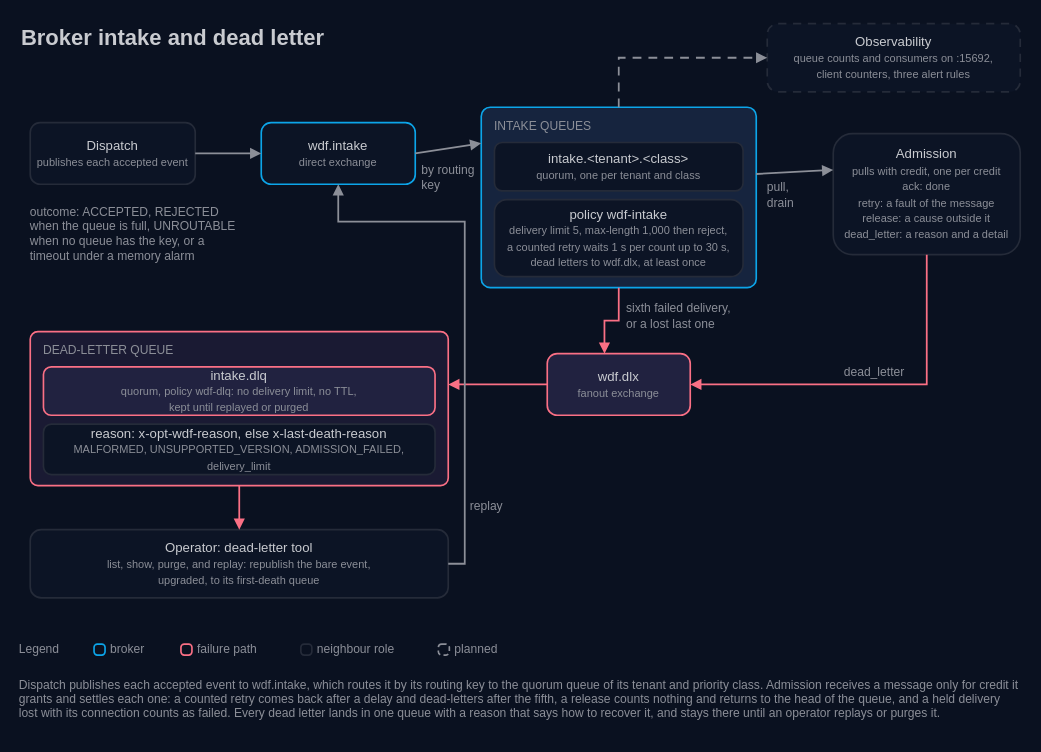
AndoNorth/disyard keeps this draw.io diagram as docs/architecture/19-broker-intake-and-dead-letter.drawio. Above is the earlier version. Source tidied: cells renumbered, new cells numbered last; positions are measured from the earlier drawing's top-left corner, leaving out a move shared by most shapes. Both pictures are drawn from the tidied source at 110%, with x=0, y=0 at pixel (19, 19).
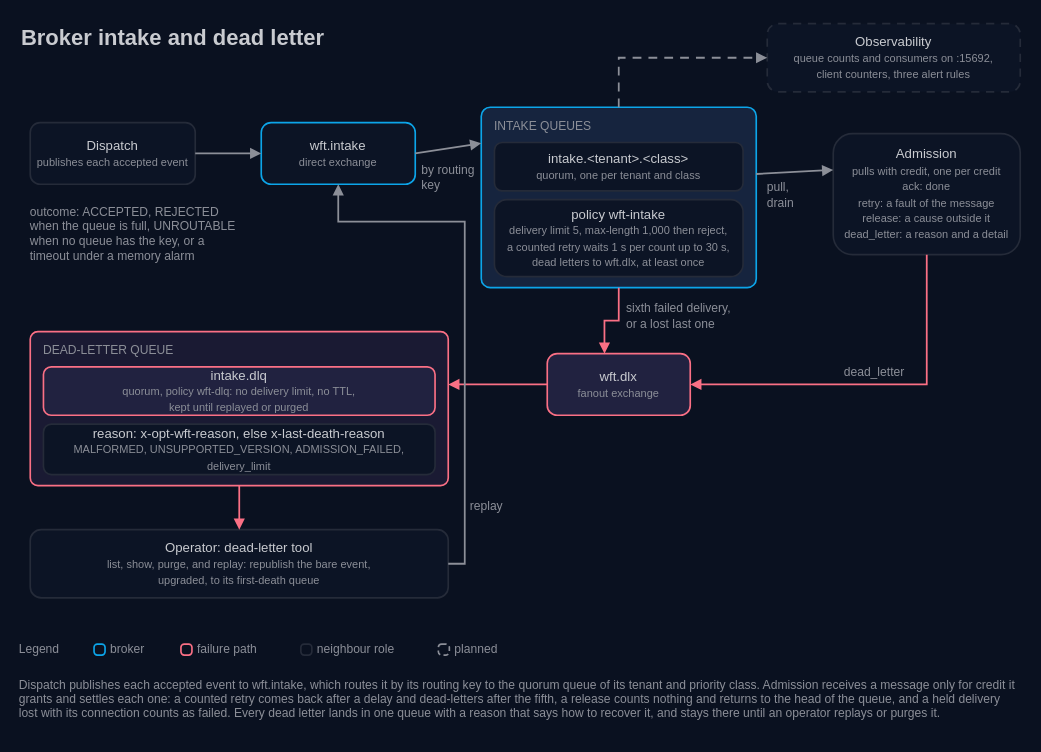
After the change.

Diff of the diagram source:
```diff
@@
-    <mxCell id="6" value="wdf.intake&lt;br&gt;&lt;font color=&quot;#8c8f98&quot; style=&quot;font-size:10px&quot;&gt;direct exchange&lt;/font&gt;" style="rounded=1;arcSize=16;html=1;whiteSpace=wrap;fillColor=#0c1425;strokeColor=#0ca5e9;strokeWidth=1.5;fontColor=#c9cbd0;fontSize=12;fontFamily=IBM Plex Sans;" parent="1" vertex="1">
+    <mxCell id="6" value="wft.intake&lt;br&gt;&lt;font color=&quot;#8c8f98&quot; style=&quot;font-size:10px&quot;&gt;direct exchange&lt;/font&gt;" style="rounded=1;arcSize=16;html=1;whiteSpace=wrap;fillColor=#0c1425;strokeColor=#0ca5e9;strokeWidth=1.5;fontColor=#c9cbd0;fontSize=12;fontFamily=IBM Plex Sans;" parent="1" vertex="1">
       <mxGeometry x="220" y="94" width="140" height="56" as="geometry" />
     </mxCell>
@@
-    <mxCell id="10" value="policy wdf-intake&lt;br&gt;&lt;font color=&quot;#8c8f98&quot; style=&quot;font-size:10px&quot;&gt;delivery limit 5, max-length 1,000 then reject,&lt;br&gt;a counted retry waits 1 s per count up to 30 s,&lt;br&gt;dead letters to wdf.dlx, at least once&lt;/font&gt;" style="rounded=1;arcSize=16;html=1;whiteSpace=wrap;fillColor=#0c1425;strokeColor=#252b39;strokeWidth=1.5;fontColor=#c9cbd0;fontSize=12;fontFamily=IBM Plex Sans;" parent="1" vertex="1">
+    <mxCell id="10" value="policy wft-intake&lt;br&gt;&lt;font color=&quot;#8c8f98&quot; style=&quot;font-size:10px&quot;&gt;delivery limit 5, max-length 1,000 then reject,&lt;br&gt;a counted retry waits 1 s per count up to 30 s,&lt;br&gt;dead letters to wft.dlx, at least once&lt;/font&gt;" style="rounded=1;arcSize=16;html=1;whiteSpace=wrap;fillColor=#0c1425;strokeColor=#252b39;strokeWidth=1.5;fontColor=#c9cbd0;fontSize=12;fontFamily=IBM Plex Sans;" parent="1" vertex="1">
       <mxGeometry x="432" y="164" width="226" height="70" as="geometry" />
     </mxCell>
@@
-    <mxCell id="12" value="wdf.dlx&lt;br&gt;&lt;font color=&quot;#8c8f98&quot; style=&quot;font-size:10px&quot;&gt;fanout exchange&lt;/font&gt;" style="rounded=1;arcSize=16;html=1;whiteSpace=wrap;fillColor=#212240;strokeColor=#fb7085;strokeWidth=1.5;fontColor=#c9cbd0;fontSize=12;fontFamily=IBM Plex Sans;" parent="1" vertex="1">
+    <mxCell id="12" value="wft.dlx&lt;br&gt;&lt;font color=&quot;#8c8f98&quot; style=&quot;font-size:10px&quot;&gt;fanout exchange&lt;/font&gt;" style="rounded=1;arcSize=16;html=1;whiteSpace=wrap;fillColor=#212240;strokeColor=#fb7085;strokeWidth=1.5;fontColor=#c9cbd0;fontSize=12;fontFamily=IBM Plex Sans;" parent="1" vertex="1">
       <mxGeometry x="480" y="304" width="130" height="56" as="geometry" />
     </mxCell>
@@
-    <mxCell id="15" value="intake.dlq&lt;br&gt;&lt;font color=&quot;#8c8f98&quot; style=&quot;font-size:10px&quot;&gt;quorum, policy wdf-dlq: no delivery limit, no TTL,&lt;br&gt;kept until replayed or purged&lt;/font&gt;" style="rounded=1;arcSize=16;html=1;whiteSpace=wrap;fillColor=#212240;strokeColor=#fb7085;strokeWidth=1.5;fontColor=#c9cbd0;fontSize=12;fontFamily=IBM Plex Sans;" parent="1" vertex="1">
+    <mxCell id="15" value="intake.dlq&lt;br&gt;&lt;font color=&quot;#8c8f98&quot; style=&quot;font-size:10px&quot;&gt;quorum, policy wft-dlq: no delivery limit, no TTL,&lt;br&gt;kept until replayed or purged&lt;/font&gt;" style="rounded=1;arcSize=16;html=1;whiteSpace=wrap;fillColor=#212240;strokeColor=#fb7085;strokeWidth=1.5;fontColor=#c9cbd0;fontSize=12;fontFamily=IBM Plex Sans;" parent="1" vertex="1">
       <mxGeometry x="22" y="316" width="356" height="44" as="geometry" />
     </mxCell>
-    <mxCell id="16" value="reason: x-opt-wdf-reason, else x-last-death-reason&lt;br&gt;&lt;font color=&quot;#8c8f98&quot; style=&quot;font-size:10px&quot;&gt;MALFORMED, UNSUPPORTED_VERSION, ADMISSION_FAILED, delivery_limit&lt;/font&gt;" style="rounded=1;arcSize=16;html=1;whiteSpace=wrap;fillColor=#0c1425;strokeColor=#252b39;strokeWidth=1.5;fontColor=#c9cbd0;fontSize=12;fontFamily=IBM Plex Sans;" parent="1" vertex="1">
+    <mxCell id="16" value="reason: x-opt-wft-reason, else x-last-death-reason&lt;br&gt;&lt;font color=&quot;#8c8f98&quot; style=&quot;font-size:10px&quot;&gt;MALFORMED, UNSUPPORTED_VERSION, ADMISSION_FAILED, delivery_limit&lt;/font&gt;" style="rounded=1;arcSize=16;html=1;whiteSpace=wrap;fillColor=#0c1425;strokeColor=#252b39;strokeWidth=1.5;fontColor=#c9cbd0;fontSize=12;fontFamily=IBM Plex Sans;" parent="1" vertex="1">
       <mxGeometry x="22" y="368" width="356" height="46" as="geometry" />
     </mxCell>
@@
-    <mxCell id="41" value="Dispatch publishes each accepted event to wdf.intake, which routes it by its routing key to the quorum queue of its tenant and priority class. Admission receives a message only for credit it grants and settles each one: a counted retry comes back after a delay and dead-letters after the fifth, a release counts nothing and returns to the head of the queue, and a held delivery lost with its connection counts as failed. Every dead letter lands in one queue with a reason that says how to recover it, and stays there until an operator replays or purges it." style="text;html=1;strokeColor=none;fillColor=none;align=left;verticalAlign=top;whiteSpace=wrap;fontColor=#8c8f98;fontSize=11;fontFamily=IBM Plex Sans;spacing=0;" parent="1" vertex="1">
+    <mxCell id="41" value="Dispatch publishes each accepted event to wft.intake, which routes it by its routing key to the quorum queue of its tenant and priority class. Admission receives a message only for credit it grants and settles each one: a counted retry comes back after a delay and dead-letters after the fifth, a release counts nothing and returns to the head of the queue, and a held delivery lost with its connection counts as failed. Every dead letter lands in one queue with a reason that says how to recover it, and stays there until an operator replays or purges it." style="text;html=1;strokeColor=none;fillColor=none;align=left;verticalAlign=top;whiteSpace=wrap;fontColor=#8c8f98;fontSize=11;fontFamily=IBM Plex Sans;spacing=0;" parent="1" vertex="1">
       <mxGeometry y="594" width="910" height="56" as="geometry" />
     </mxCell>
```
